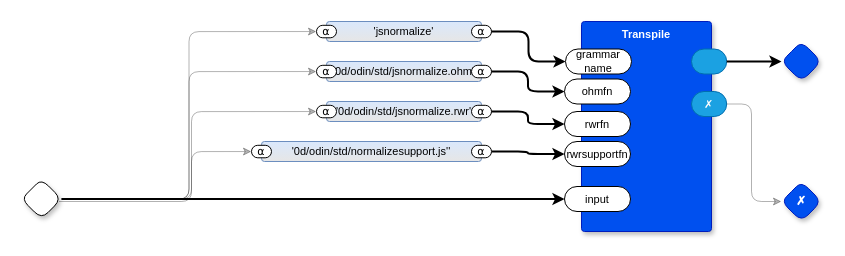
Earlier version of the draw.io diagram page "Javascript Normalize" (8 of 10) of odin/std/transpile.drawio (guitarvydas/0D). Source tidied: cells renumbered, new cells numbered last; positions are measured from the earlier drawing's top-left corner, leaving out a move shared by most shapes. Both pictures are drawn from the tidied source at 100%, with x=0, y=0 at pixel (21, 21).
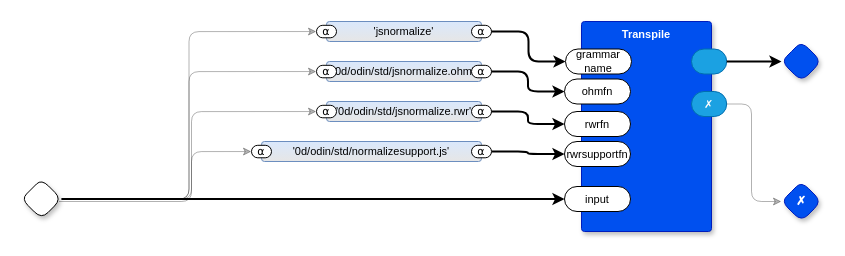
After the change.

Diff of the diagram source:
```diff
@@
-    <mxCell id="32" value="'0d/odin/std/normalizesupport.js''" style="rounded=1;whiteSpace=wrap;html=1;sketch=0;verticalAlign=middle;arcSize=6;fontStyle=0;absoluteArcSize=1;shadow=0;strokeColor=#6c8ebf;fillColor=#dae8fc;fontFamily=Helvetica;fontSize=11;gradientColor=#E6E6E6;fontColor=default;" parent="1" vertex="1">
+    <mxCell id="32" value="'0d/odin/std/normalizesupport.js'" style="rounded=1;whiteSpace=wrap;html=1;sketch=0;verticalAlign=middle;arcSize=6;fontStyle=0;absoluteArcSize=1;shadow=0;strokeColor=#6c8ebf;fillColor=#dae8fc;fontFamily=Helvetica;fontSize=11;gradientColor=#E6E6E6;fontColor=default;" parent="1" vertex="1">
       <mxGeometry x="240" y="120" width="220" height="20" as="geometry" />
     </mxCell>
```
